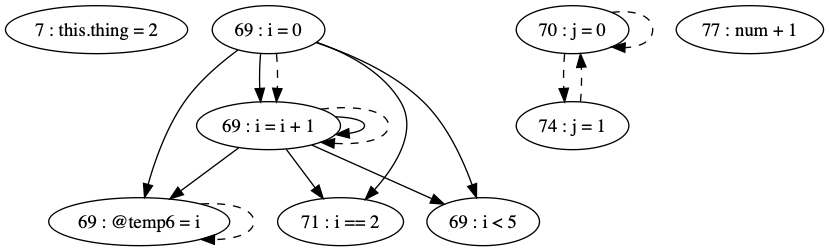
This is pdg/images/testFiles/testFile-getNum.png from thomassimko/thesis-code-duplication, a Graphviz export, as it was before one commit. Its source is kept beside it as pdg/source/testFiles/testFile-getNum.gv.
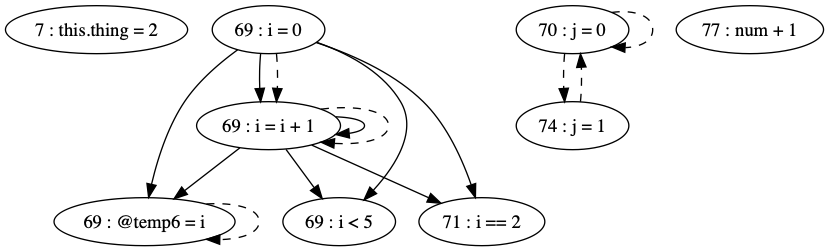
After the change.

Diff of the diagram source:
```diff
@@ -2,14 +2,14 @@
 "7 : this.thing = 2"
 "69 : i = 0"
 "69 : i = 0" -> "69 : @temp6 = i"
+"69 : i = 0" -> "69 : i < 5"
 "69 : i = 0" -> "71 : i == 2"
 "69 : i = 0" -> "69 : i = i + 1"
-"69 : i = 0" -> "69 : i < 5"
 "69 : i = 0" -> "69 : i = i + 1" [style=dashed]
 "69 : i < 5"
 "70 : j = 0"
+"70 : j = 0" -> "74 : j = 1" [style=dashed]
 "70 : j = 0" -> "70 : j = 0" [style=dashed]
-"70 : j = 0" -> "74 : j = 1" [style=dashed]
 "71 : i == 2"
 "77 : num + 1"
 "74 : j = 1"
@@ -18,8 +18,8 @@
 "69 : @temp6 = i" -> "69 : @temp6 = i" [style=dashed]
 "69 : i = i + 1"
 "69 : i = i + 1" -> "69 : @temp6 = i"
+"69 : i = i + 1" -> "69 : i < 5"
 "69 : i = i + 1" -> "71 : i == 2"
 "69 : i = i + 1" -> "69 : i = i + 1"
-"69 : i = i + 1" -> "69 : i < 5"
 "69 : i = i + 1" -> "69 : i = i + 1" [style=dashed]
 }
```
